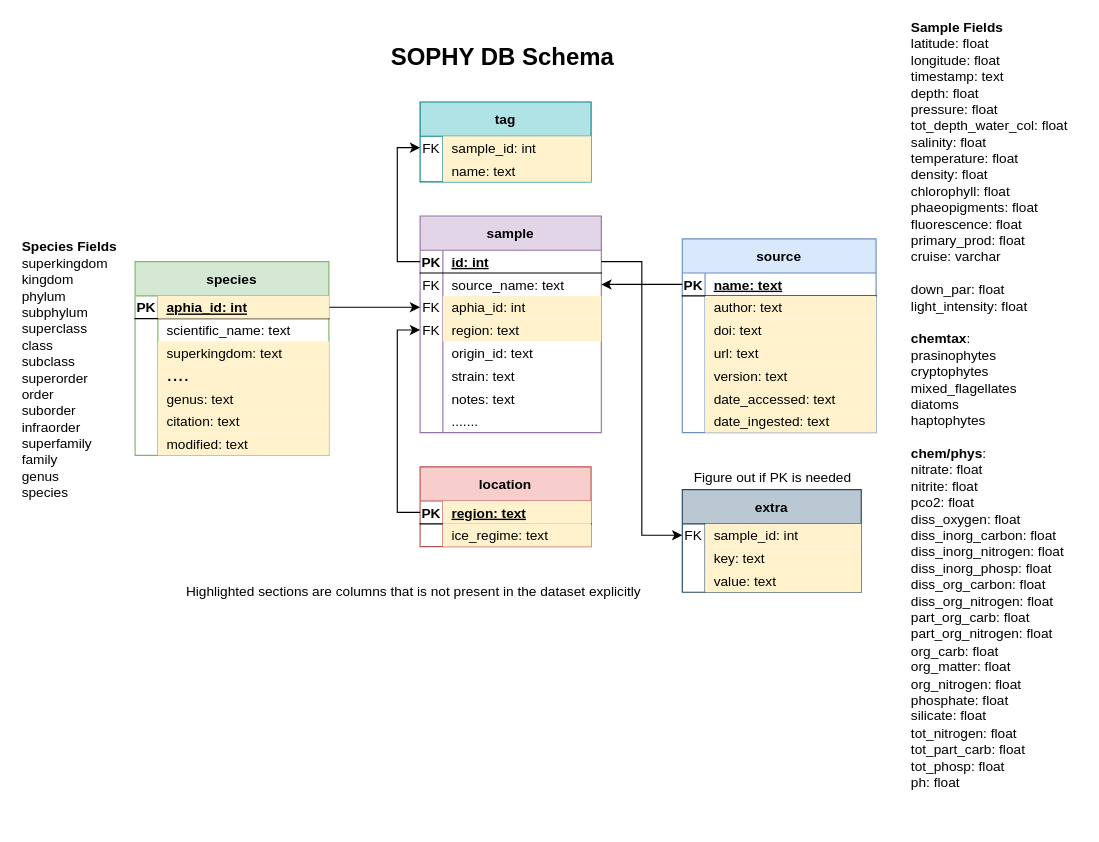
Before: page "schema_v6" (5 of 5) of schemas/sophy.drawio in ayushnag/sophy, a draw.io diagram. Source tidied: cells renumbered, new cells numbered last; positions are measured from the earlier drawing's top-left corner, leaving out a move shared by most shapes. Both pictures are drawn from the tidied source at 114%, with x=0, y=0 at pixel (19, 39).
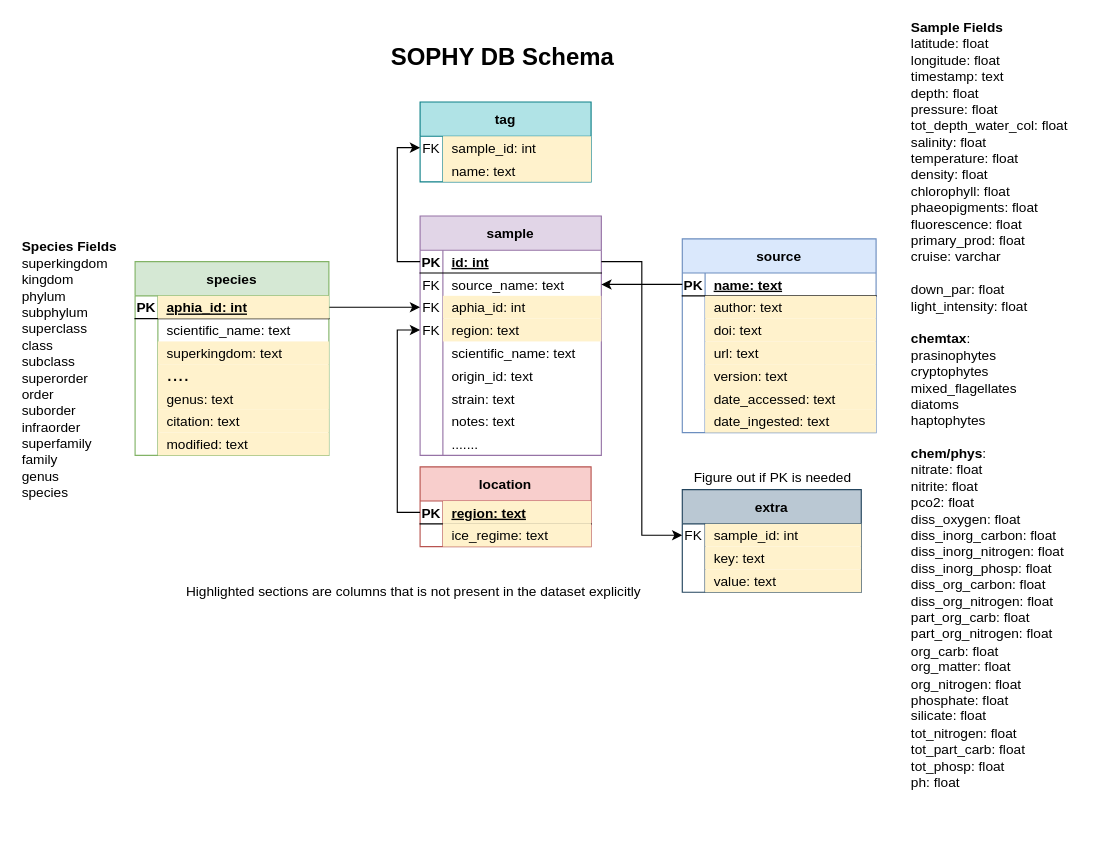
After the change.

Commit message (it also covers changes not shown here):
Minor updates to schema and notes

Change to the diagram source:
```diff
@@
     <mxCell id="10" value="sample" style="shape=table;startSize=30;childLayout=tableLayout;rowLines=0;fontStyle=1;align=center;fillColor=#e1d5e7;strokeColor=#9673a6;" parent="1" vertex="1">
-      <mxGeometry x="351" y="155" width="159" height="190" as="geometry" />
+      <mxGeometry x="351" y="155" width="159" height="210" as="geometry" />
     </mxCell>
@@
+    <mxCell id="106" style="shape=partialRectangle;fillColor=none;top=0;left=0;bottom=0;right=0;" parent="10" vertex="1">
+      <mxGeometry y="110" width="159" height="20" as="geometry" />
+    </mxCell>
+    <mxCell id="107" style="shape=partialRectangle;fillColor=none;top=0;left=0;bottom=0;right=0;overflow=hidden;" parent="106" vertex="1">
+      <mxGeometry width="20" height="20" as="geometry" />
+    </mxCell>
+    <mxCell id="108" value="scientific_name: text" style="shape=partialRectangle;fillColor=none;top=0;left=0;bottom=0;right=0;align=left;spacingLeft=6;overflow=hidden;strokeColor=#d6b656;" parent="106" vertex="1">
+      <mxGeometry x="20" width="139" height="20" as="geometry" />
+    </mxCell>
     <mxCell id="23" style="shape=partialRectangle;fillColor=none;top=0;left=0;bottom=0;right=0;" parent="10" vertex="1">
-      <mxGeometry y="110" width="159" height="20" as="geometry" />
+      <mxGeometry y="130" width="159" height="20" as="geometry" />
     </mxCell>
@@
     <mxCell id="26" style="shape=partialRectangle;fillColor=none;top=0;left=0;bottom=0;right=0;" parent="10" vertex="1">
-      <mxGeometry y="130" width="159" height="20" as="geometry" />
+      <mxGeometry y="150" width="159" height="20" as="geometry" />
     </mxCell>
@@
     <mxCell id="29" style="shape=partialRectangle;fillColor=none;top=0;left=0;bottom=0;right=0;align=left;" parent="10" vertex="1">
-      <mxGeometry y="150" width="159" height="20" as="geometry" />
+      <mxGeometry y="170" width="159" height="20" as="geometry" />
     </mxCell>
@@
     <mxCell id="32" style="shape=partialRectangle;fillColor=none;top=0;left=0;bottom=0;right=0;align=left;" parent="10" vertex="1">
-      <mxGeometry y="170" width="159" height="20" as="geometry" />
+      <mxGeometry y="190" width="159" height="20" as="geometry" />
     </mxCell>
```
